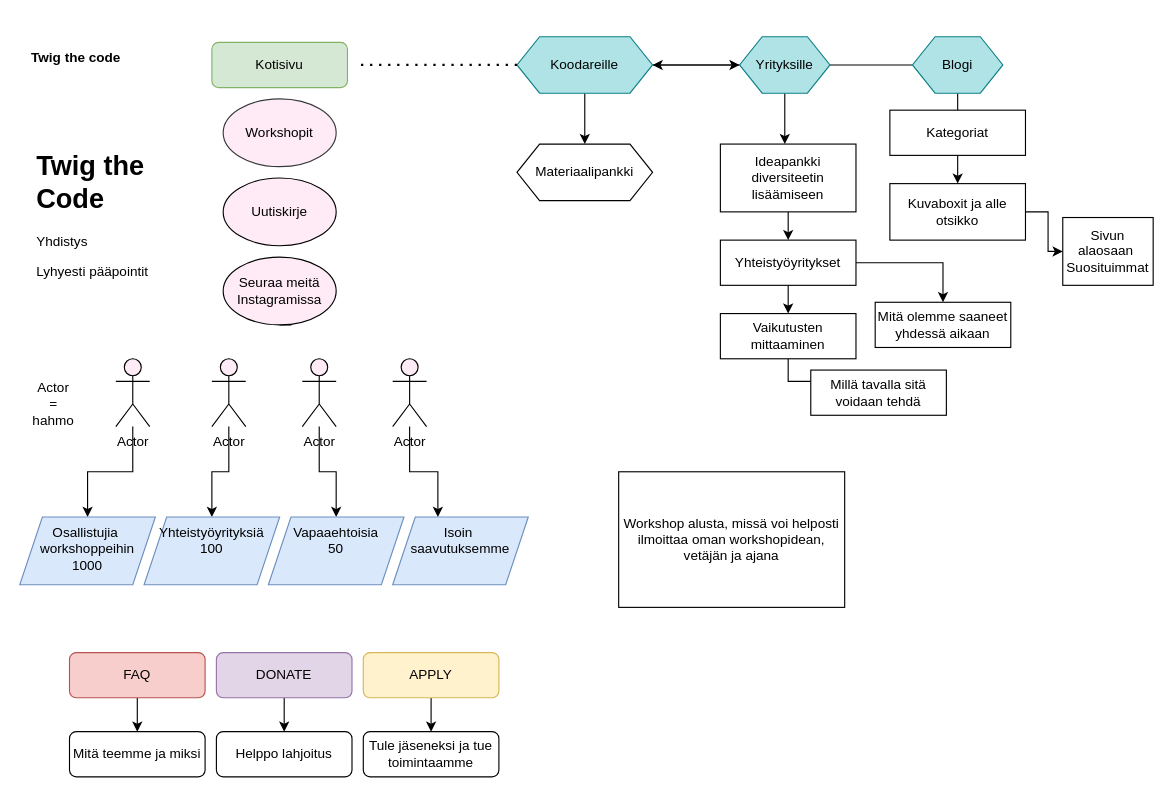
Above: Untitled Diagram.drawio in susannakyllonen/TTCpage-flow (draw.io), before the change. Source tidied: cells renumbered, new cells numbered last; positions are measured from the earlier drawing's top-left corner, leaving out a move shared by most shapes. Both pictures are drawn from the tidied source at 113%, with x=0, y=0 at pixel (19, 36).
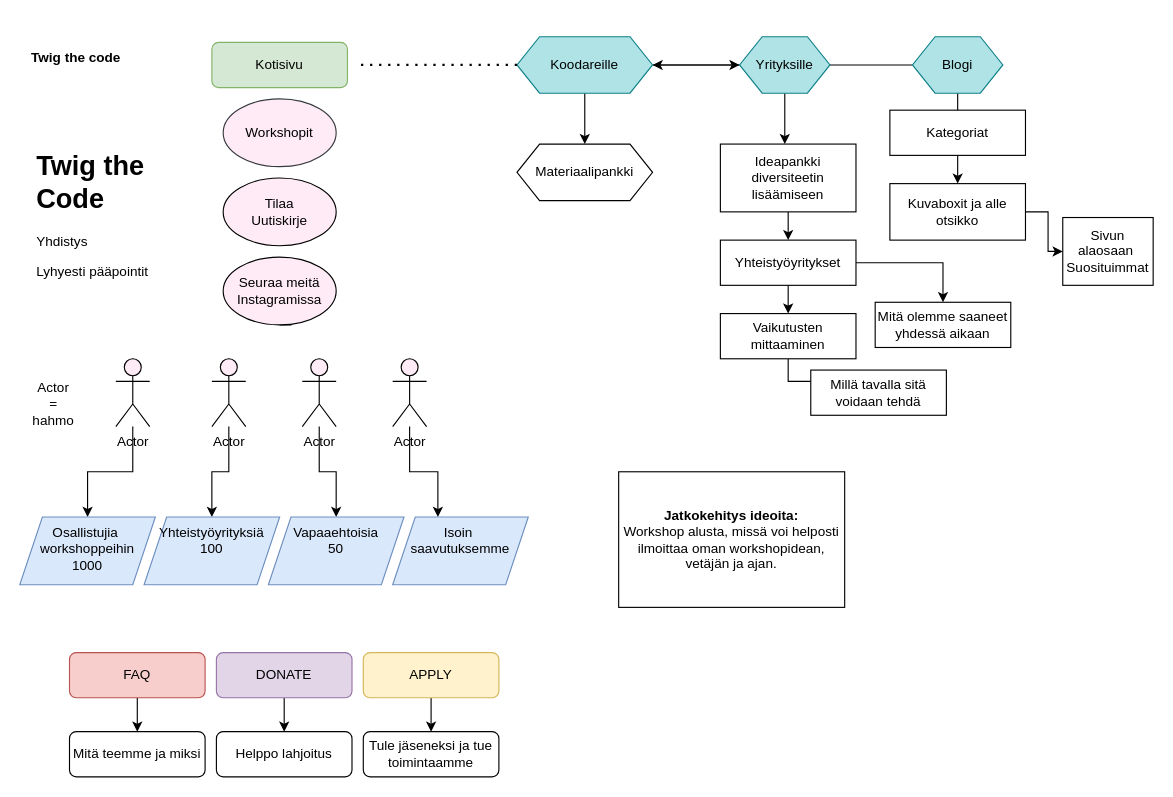
After the change.

Diff of the diagram source:
```diff
@@
-    <mxCell id="24" value="Uutiskirje" style="ellipse;whiteSpace=wrap;html=1;fillColor=#FFEBF5;" parent="1" vertex="1">
+    <mxCell id="24" value="Tilaa&lt;br&gt;Uutiskirje" style="ellipse;whiteSpace=wrap;html=1;fillColor=#FFEBF5;" parent="1" vertex="1">
       <mxGeometry x="180" y="125" width="100" height="60" as="geometry" />
     </mxCell>
@@
-    <mxCell id="53" value="Workshop alusta, missä voi helposti ilmoittaa oman workshopidean, vetäjän ja ajana" style="rounded=0;whiteSpace=wrap;html=1;" parent="1" vertex="1">
+    <mxCell id="53" value="&lt;b&gt;Jatkokehitys ideoita:&lt;/b&gt;&lt;br&gt;Workshop alusta, missä voi helposti ilmoittaa oman workshopidean, vetäjän ja ajan." style="rounded=0;whiteSpace=wrap;html=1;" parent="1" vertex="1">
       <mxGeometry x="530" y="385" width="200" height="120" as="geometry" />
     </mxCell>
```
